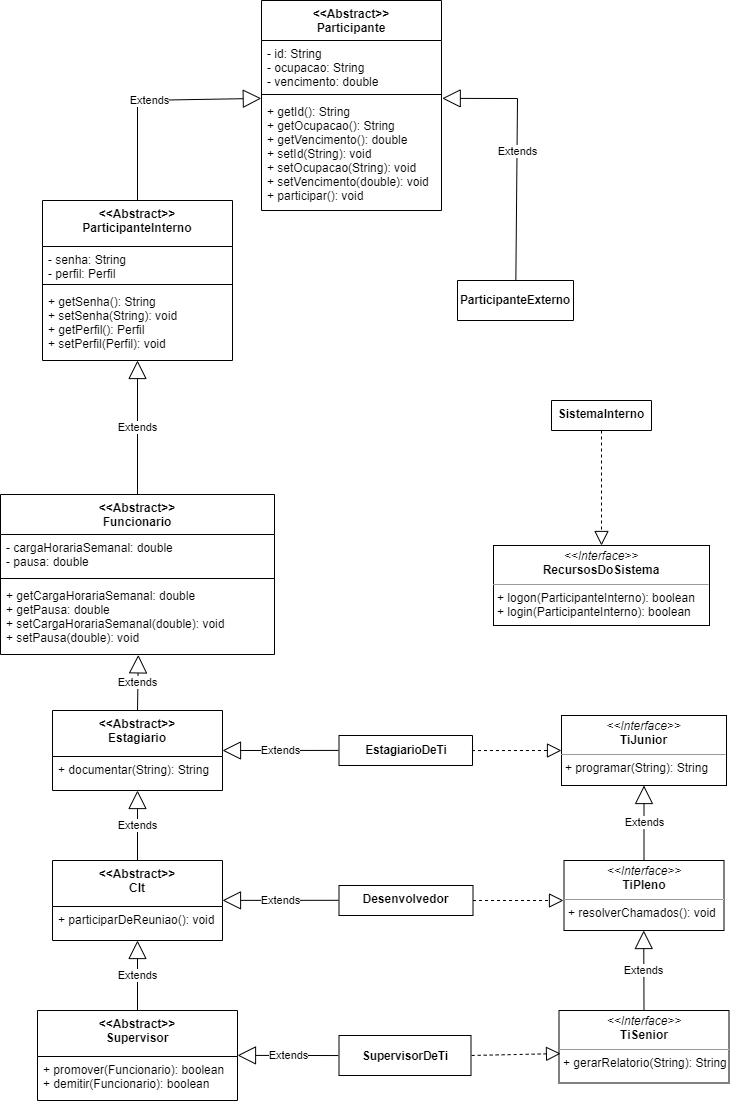
This is erp.png from andre-alck/erp, a draw.io export, as it was before one commit. Source tidied: cells renumbered, new cells last; positions are measured from the earlier drawing's top-left corner, leaving out a move shared by most shapes.
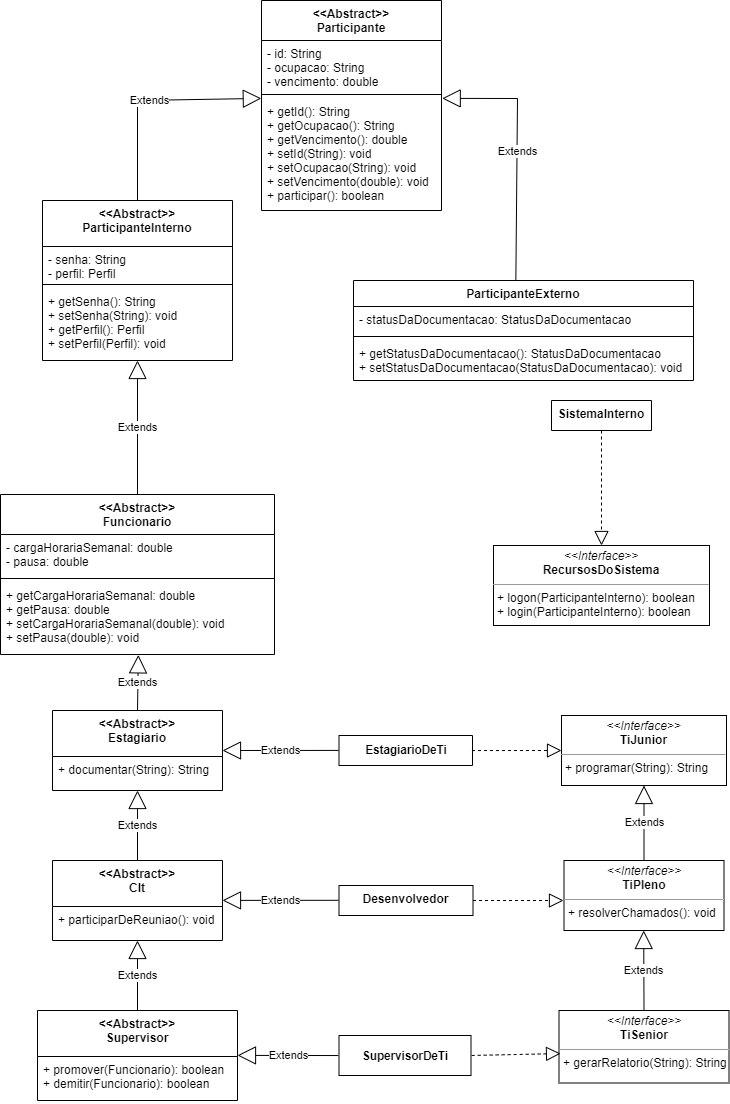
After the commit.

Commit message:
refactor: update uml (diagramas, proj)

The edit, as a diff of the source:
```diff
@@ -2,9 +2,6 @@
   <root>
     <mxCell id="0" />
     <mxCell id="1" parent="0" />
-    <mxCell id="2" value="&lt;div style=&quot;&quot;&gt;&lt;span style=&quot;font-size: 11.64px;&quot;&gt;&lt;b&gt;ParticipanteExterno&lt;/b&gt;&lt;/span&gt;&lt;/div&gt;" style="verticalAlign=middle;align=center;vsdxID=5;fillColor=#ffffff;gradientColor=none;shape=(stored shape, 172 characters);strokeColor=#000000;spacingTop=-3;spacingBottom=-3;spacingLeft=-3;spacingRight=-3;points=[];labelBackgroundColor=none;rounded=0;html=1;whiteSpace=wrap;" parent="1" vertex="1">
-      <mxGeometry x="457" y="280" width="116" height="40" as="geometry" />
-    </mxCell>
     <mxCell id="3" parent="1" vertex="1">
       <mxGeometry x="319.5" y="570" as="geometry" />
     </mxCell>
@@ -17,7 +14,7 @@
     <mxCell id="6" style="line;strokeWidth=1;fillColor=none;align=left;verticalAlign=middle;spacingTop=-1;spacingLeft=3;spacingRight=3;labelPosition=right;strokeColor=inherit;" parent="4" vertex="1">
       <mxGeometry y="90" width="180" height="8" as="geometry" />
     </mxCell>
-    <mxCell id="7" value="+ getId(): String&#10;+ getOcupacao(): String&#10;+ getVencimento(): double&#10;+ setId(String): void&#10;+ setOcupacao(String): void&#10;+ setVencimento(double): void&#10;+ participar(): void" style="text;strokeColor=none;fillColor=none;align=left;verticalAlign=top;spacingLeft=4;spacingRight=4;overflow=hidden;points=[[0,0.5],[1,0.5]];portConstraint=eastwest;" parent="4" vertex="1">
+    <mxCell id="7" value="+ getId(): String&#10;+ getOcupacao(): String&#10;+ getVencimento(): double&#10;+ setId(String): void&#10;+ setOcupacao(String): void&#10;+ setVencimento(double): void&#10;+ participar(): boolean" style="text;strokeColor=none;fillColor=none;align=left;verticalAlign=top;spacingLeft=4;spacingRight=4;overflow=hidden;points=[[0,0.5],[1,0.5]];portConstraint=eastwest;" parent="4" vertex="1">
       <mxGeometry y="98" width="180" height="112" as="geometry" />
     </mxCell>
     <mxCell id="8" value="SistemaInterno" style="swimlane;fontStyle=1;align=center;verticalAlign=top;horizontal=1;startSize=40;" parent="1" vertex="1">
@@ -57,8 +54,9 @@
     <mxCell id="18" value="Extends" style="endArrow=block;endSize=16;endFill=0;html=1;rounded=0;exitX=0.5;exitY=0;exitDx=0;exitDy=0;entryX=0.5;entryY=1;entryDx=0;entryDy=0;entryPerimeter=0;" parent="1" edge="1" source="13" target="12">
       <mxGeometry relative="1" as="geometry" />
     </mxCell>
-    <mxCell id="19" value="Extends" style="endArrow=block;endSize=16;endFill=0;html=1;rounded=0;entryX=1.004;entryY=-0.001;entryDx=0;entryDy=0;entryPerimeter=0;exitX=0.503;exitY=0;exitDx=0;exitDy=0;exitPerimeter=0;" parent="1" edge="1" source="2" target="7">
+    <mxCell id="19" value="Extends" style="endArrow=block;endSize=16;endFill=0;html=1;rounded=0;entryX=1.004;entryY=-0.001;entryDx=0;entryDy=0;entryPerimeter=0;exitX=0.503;exitY=0;exitDx=0;exitDy=0;exitPerimeter=0;" parent="1" edge="1" target="7">
       <mxGeometry relative="1" as="geometry">
+        <mxPoint x="515.3" y="280" as="sourcePoint" />
         <Array as="points">
           <mxPoint x="517" y="98" />
         </Array>
@@ -148,5 +146,17 @@
         <mxPoint x="643.2" y="930" as="targetPoint" />
       </mxGeometry>
     </mxCell>
+    <mxCell id="2" value="ParticipanteExterno" style="swimlane;fontStyle=1;align=center;verticalAlign=top;horizontal=1;startSize=26;" parent="1" vertex="1">
+      <mxGeometry x="353" y="280" width="340" height="100" as="geometry" />
+    </mxCell>
+    <mxCell id="45" value="- statusDaDocumentacao: StatusDaDocumentacao" style="text;strokeColor=none;fillColor=none;align=left;verticalAlign=top;spacingLeft=4;spacingRight=4;overflow=hidden;" parent="2" vertex="1">
+      <mxGeometry y="26" width="340" height="26" as="geometry" />
+    </mxCell>
+    <mxCell id="46" style="line;strokeWidth=1;fillColor=none;align=left;verticalAlign=middle;spacingTop=-1;spacingLeft=3;spacingRight=3;labelPosition=right;strokeColor=inherit;" parent="2" vertex="1">
+      <mxGeometry y="52" width="340" height="8" as="geometry" />
+    </mxCell>
+    <mxCell id="47" value="+ getStatusDaDocumentacao(): StatusDaDocumentacao&#10;+ setStatusDaDocumentacao(StatusDaDocumentacao): void" style="text;strokeColor=none;fillColor=none;align=left;verticalAlign=top;spacingLeft=4;spacingRight=4;overflow=hidden;" parent="2" vertex="1">
+      <mxGeometry y="60" width="340" height="40" as="geometry" />
+    </mxCell>
   </root>
 </mxGraphModel>
```
